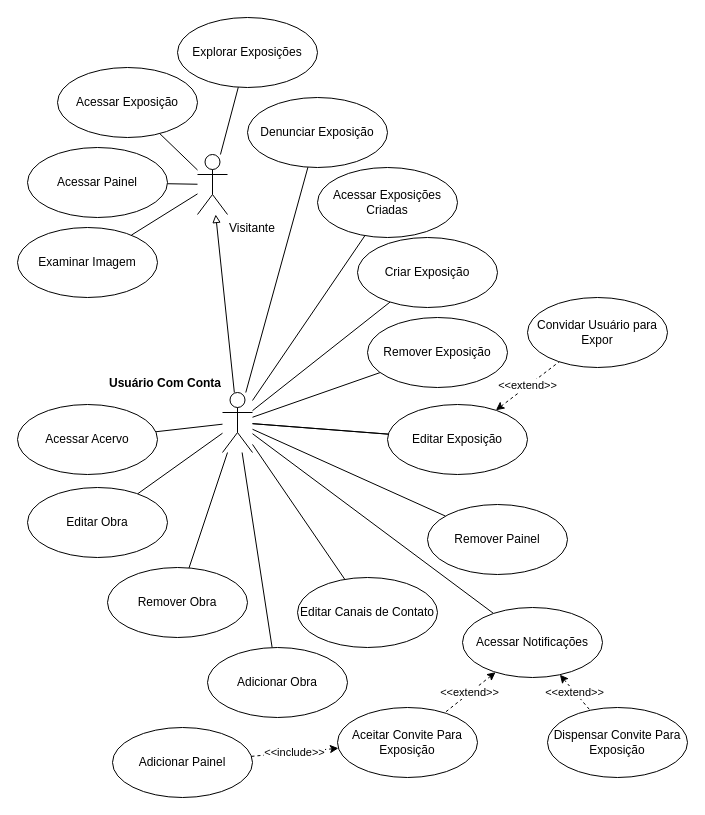
The draw.io diagram page "Casos de Uso" (6 of 8) of UnderExpo.drawio in GustavoDeOliveira/underexpo, before the edit. Source tidied: cells renumbered, new cells numbered last; positions are measured from the earlier drawing's top-left corner, leaving out a move shared by most shapes. Both pictures are drawn from the tidied source at 100%, with x=0, y=0 at pixel (17, 17).
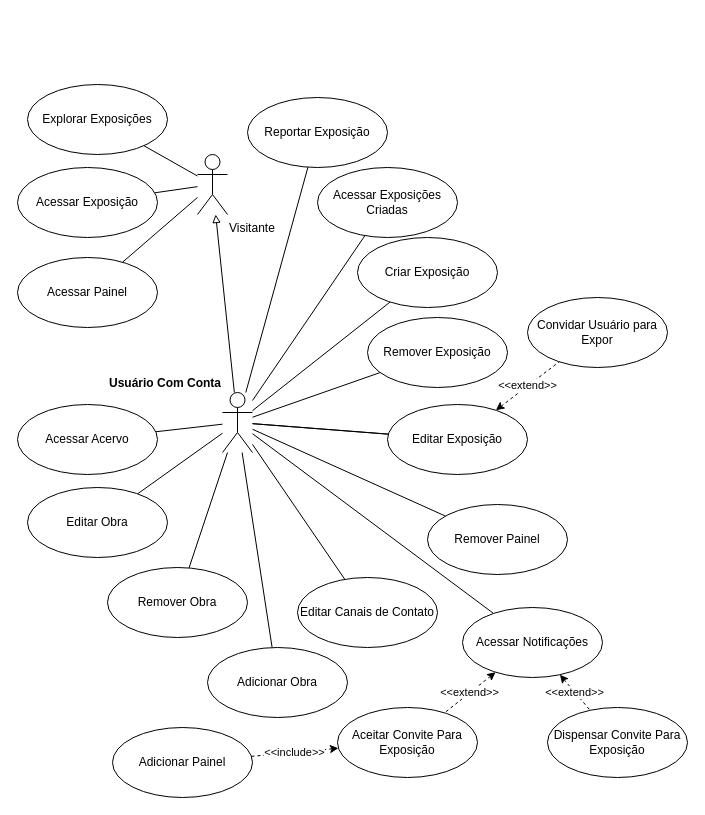
The same diagram, later.

Commit message:
Ajustando casos de uso UnderExpo.drawio

The change refers to these unchanged cells:
```xml
<mxCell id="3" value="Visitante" style="shape=umlActor;verticalLabelPosition=bottom;verticalAlign=top;html=1;labelPosition=right;align=left;" parent="1" vertex="1">
  <mxGeometry x="180" y="137" width="30" height="60" as="geometry" />
</mxCell>
```

What changed in the source:
```diff
@@
-    <mxCell id="10" style="rounded=0;jettySize=auto;html=1;endArrow=none;endFill=0;" parent="1" edge="1" source="3" target="42">
-      <mxGeometry relative="1" as="geometry" />
-    </mxCell>
@@
-    <mxCell id="38" value="Denunciar Exposição" style="ellipse;whiteSpace=wrap;html=1;" parent="1" vertex="1">
+    <mxCell id="38" value="Reportar Exposição" style="ellipse;whiteSpace=wrap;html=1;" parent="1" vertex="1">
       <mxGeometry x="230" y="80" width="140" height="70" as="geometry" />
     </mxCell>
     <mxCell id="39" value="Explorar Exposições" style="ellipse;whiteSpace=wrap;html=1;" parent="1" vertex="1">
-      <mxGeometry x="160" width="140" height="70" as="geometry" />
+      <mxGeometry x="10" y="67" width="140" height="70" as="geometry" />
     </mxCell>
     <mxCell id="40" value="Acessar Exposição" style="ellipse;whiteSpace=wrap;html=1;" parent="1" vertex="1">
-      <mxGeometry x="40" y="50" width="140" height="70" as="geometry" />
+      <mxGeometry y="150" width="140" height="70" as="geometry" />
     </mxCell>
     <mxCell id="41" value="Acessar Painel" style="ellipse;whiteSpace=wrap;html=1;" parent="1" vertex="1">
-      <mxGeometry x="10" y="130" width="140" height="70" as="geometry" />
+      <mxGeometry y="240" width="140" height="70" as="geometry" />
     </mxCell>
-    <mxCell id="42" value="Examinar Imagem" style="ellipse;whiteSpace=wrap;html=1;" parent="1" vertex="1">
-      <mxGeometry y="210" width="140" height="70" as="geometry" />
-    </mxCell>
```
